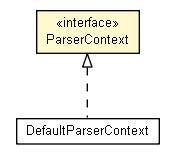
The Graphviz diagram apidocs/net/trajano/jetng/ParserContext.png in trajano/jetng, before a commit. Its source is kept beside it as apidocs/net/trajano/jetng/ParserContext.dot.
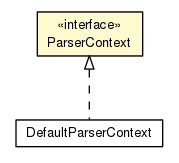
Above is the later version.

Diff of the diagram source:
```diff
@@ -1,19 +1,19 @@
 
 digraph G {
-	edge [fontname="arial",fontsize=10,labelfontname="arial",labelfontsize=10];
-	node [fontname="arial",fontsize=10,shape=plaintext];
+	edge [fontname="Helvetica",fontsize=10,labelfontname="Helvetica",labelfontsize=10];
+	node [fontname="Helvetica",fontsize=10,shape=plaintext];
 	nodesep=0.25;
 	ranksep=0.5;
-	c455 [label=<<table title="net.trajano.jetng.ParserContext" border="0" cellborder="1" cellspacing="0" cellpadding="2" port="p" bgcolor="lemonChiffon" href="./ParserContext.html">
+	c462 [label=<<table title="net.trajano.jetng.ParserContext" border="0" cellborder="1" cellspacing="0" cellpadding="2" port="p" bgcolor="lemonChiffon" href="./ParserContext.html">
 		<tr><td><table border="0" cellspacing="0" cellpadding="1">
 <tr><td align="center" balign="center"> &#171;interface&#187; </td></tr>
 <tr><td align="center" balign="center"> ParserContext </td></tr>
 		</table></td></tr>
-		</table>>, URL="./ParserContext.html", fontname="arial", fontcolor="black", fontsize=10.0];
-	c466 [label=<<table title="net.trajano.jetng.internal.DefaultParserContext" border="0" cellborder="1" cellspacing="0" cellpadding="2" port="p" href="./internal/DefaultParserContext.html">
+		</table>>, URL="./ParserContext.html", fontname="Helvetica", fontcolor="black", fontsize=10.0];
+	c464 [label=<<table title="net.trajano.jetng.internal.DefaultParserContext" border="0" cellborder="1" cellspacing="0" cellpadding="2" port="p" href="./internal/DefaultParserContext.html">
 		<tr><td><table border="0" cellspacing="0" cellpadding="1">
 <tr><td align="center" balign="center"> DefaultParserContext </td></tr>
 		</table></td></tr>
-		</table>>, URL="./internal/DefaultParserContext.html", fontname="arial", fontcolor="black", fontsize=10.0];
-	c455:p -> c466:p [dir=back,arrowtail=empty,style=dashed];
+		</table>>, URL="./internal/DefaultParserContext.html", fontname="Helvetica", fontcolor="black", fontsize=10.0];
+	c462:p -> c464:p [dir=back,arrowtail=empty,style=dashed];
 }
```
